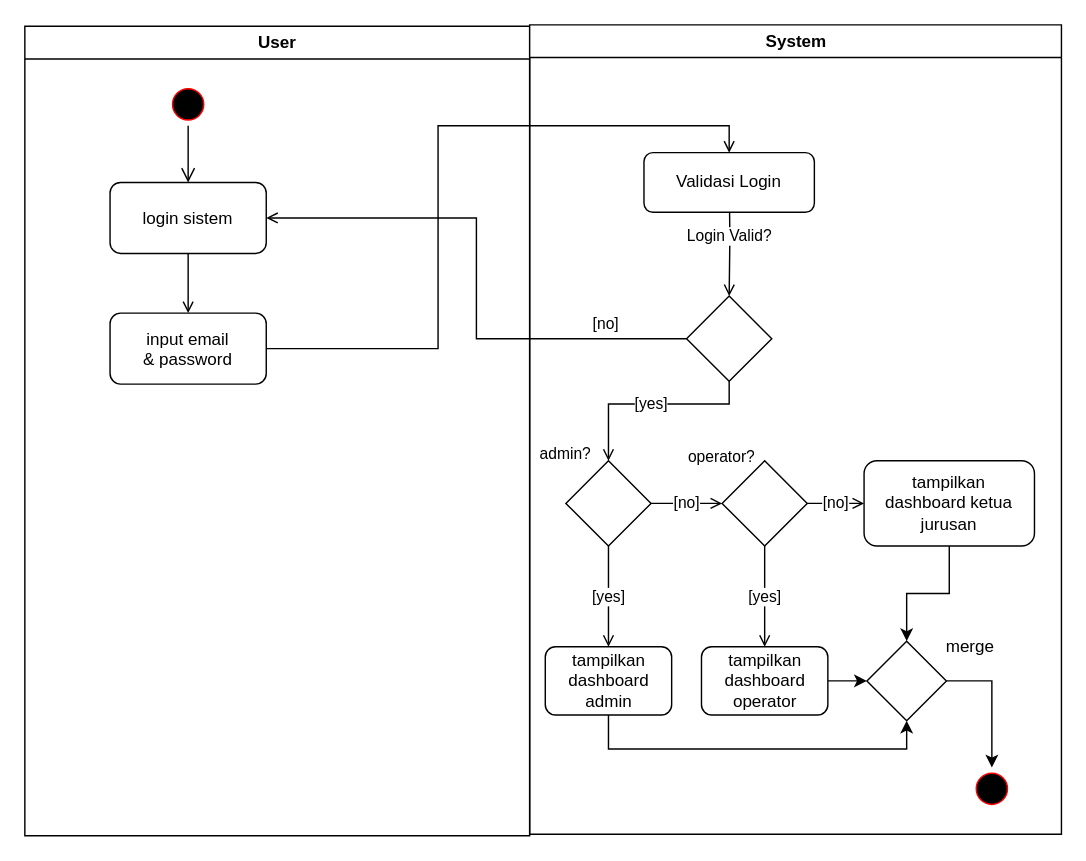
This is page "Login" (2 of 6) of Activity Diagram.drawio from wahyupambudi/skripsi-skom, a draw.io file, before an edit. Source tidied: cells renumbered, new cells numbered last; positions are measured from the earlier drawing's top-left corner, leaving out a move shared by most shapes. Both pictures are drawn from the tidied source at 142%, with x=0, y=0 at pixel (24, 24).
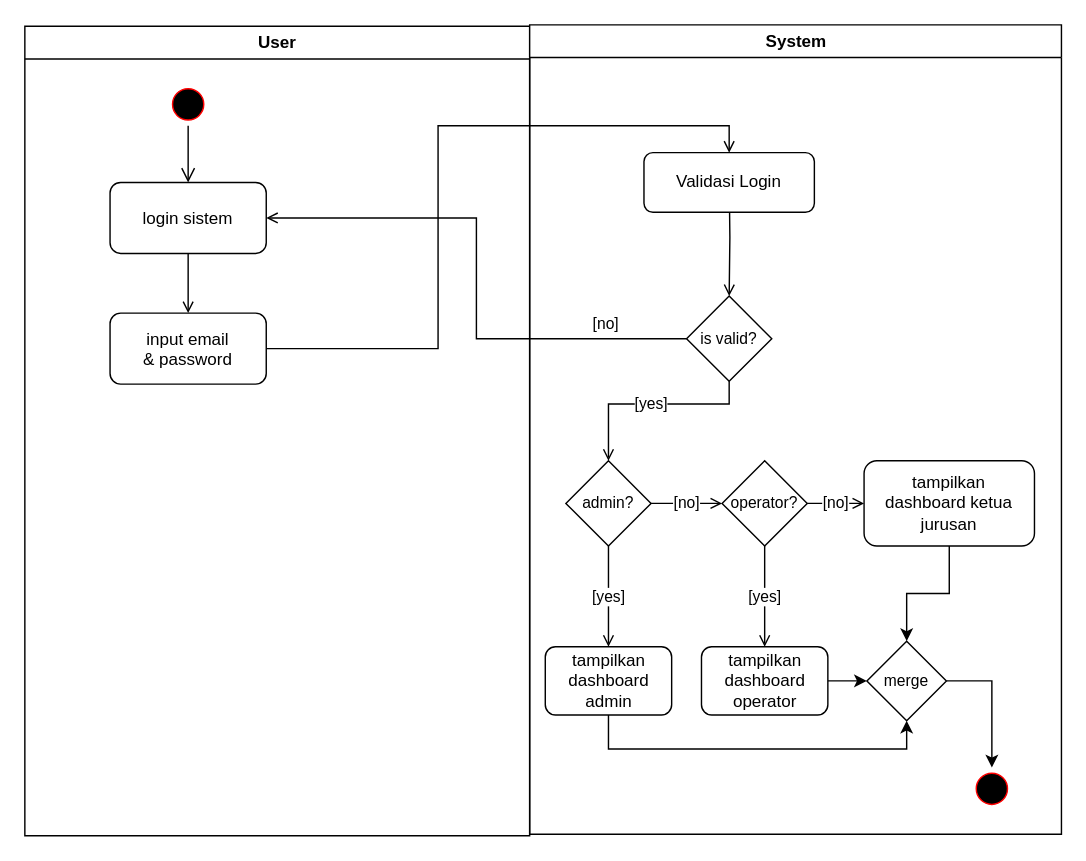
The same page after the edit.

Unchanged cells that the change refers to:
```xml
<mxCell id="9" value="System" style="swimlane;whiteSpace=wrap;" parent="2" vertex="1">
  <mxGeometry x="355.5" width="374.5" height="570" as="geometry" />
</mxCell>
```

Diff of the diagram source:
```diff
@@
-    <mxCell id="11" style="rhombus;whiteSpace=wrap;html=1;fillColor=rgb(255, 255, 255);strokeColor=rgb(0, 0, 0);fontColor=rgb(0, 0, 0);rounded=0;" parent="9" vertex="1">
+    <mxCell id="11" value="&lt;font style=&quot;font-size: 11px;&quot;&gt;is valid?&lt;br&gt;&lt;/font&gt;" style="rhombus;whiteSpace=wrap;html=1;fillColor=rgb(255, 255, 255);strokeColor=rgb(0, 0, 0);fontColor=rgb(0, 0, 0);rounded=0;" parent="9" vertex="1">
       <mxGeometry x="110.5" y="191" width="60" height="60" as="geometry" />
     </mxCell>
-    <mxCell id="12" value="&lt;font style=&quot;font-size: 11px;&quot;&gt;Login Valid?&lt;/font&gt;" style="edgeStyle=orthogonalEdgeStyle;rounded=0;jettySize=auto;html=1;endArrow=open;endFill=0;" parent="9" edge="1" target="11">
+    <mxCell id="12" style="edgeStyle=orthogonalEdgeStyle;rounded=0;jettySize=auto;html=1;endArrow=open;endFill=0;" parent="9" edge="1" target="11">
       <mxGeometry relative="1" as="geometry">
         <mxPoint x="140.5" y="107" as="sourcePoint" />
       </mxGeometry>
     </mxCell>
@@
-    <mxCell id="16" style="rhombus;whiteSpace=wrap;html=1;fillColor=rgb(255, 255, 255);strokeColor=rgb(0, 0, 0);fontColor=rgb(0, 0, 0);rounded=0;" parent="9" vertex="1">
+    <mxCell id="16" value="&lt;font style=&quot;font-size: 11px;&quot;&gt;admin?&lt;/font&gt;" style="rhombus;whiteSpace=wrap;html=1;fillColor=rgb(255, 255, 255);strokeColor=rgb(0, 0, 0);fontColor=rgb(0, 0, 0);rounded=0;" parent="9" vertex="1">
       <mxGeometry x="25.5" y="307" width="60" height="60" as="geometry" />
     </mxCell>
-    <mxCell id="17" value="&lt;font style=&quot;font-size: 11px;&quot;&gt;admin?&lt;/font&gt;" style="text;html=1;strokeColor=none;fillColor=none;align=center;verticalAlign=middle;whiteSpace=wrap;rounded=0;" parent="9" vertex="1">
-      <mxGeometry x="-4.5" y="287" width="60" height="30" as="geometry" />
-    </mxCell>
@@
-    <mxCell id="20" style="rhombus;whiteSpace=wrap;html=1;fillColor=rgb(255, 255, 255);strokeColor=rgb(0, 0, 0);fontColor=rgb(0, 0, 0);rounded=0;" parent="9" vertex="1">
+    <mxCell id="20" value="&lt;font style=&quot;font-size: 11px;&quot;&gt;operator?&lt;/font&gt;" style="rhombus;whiteSpace=wrap;html=1;fillColor=rgb(255, 255, 255);strokeColor=rgb(0, 0, 0);fontColor=rgb(0, 0, 0);rounded=0;" parent="9" vertex="1">
       <mxGeometry x="135.5" y="307" width="60" height="60" as="geometry" />
     </mxCell>
-    <mxCell id="21" value="&lt;font style=&quot;font-size: 11px;&quot;&gt;operator?&lt;/font&gt;" style="text;html=1;strokeColor=none;fillColor=none;align=center;verticalAlign=middle;whiteSpace=wrap;rounded=0;" parent="9" vertex="1">
-      <mxGeometry x="105.5" y="289" width="60" height="30" as="geometry" />
-    </mxCell>
@@
-    <mxCell id="30" style="rhombus;whiteSpace=wrap;html=1;fillColor=rgb(255, 255, 255);strokeColor=rgb(0, 0, 0);fontColor=rgb(0, 0, 0);rounded=0;" parent="9" vertex="1">
+    <mxCell id="30" value="&lt;font style=&quot;font-size: 11px;&quot;&gt;merge&lt;/font&gt;" style="rhombus;whiteSpace=wrap;html=1;fillColor=rgb(255, 255, 255);strokeColor=rgb(0, 0, 0);fontColor=rgb(0, 0, 0);rounded=0;" parent="9" vertex="1">
       <mxGeometry x="237.5" y="434" width="56" height="56" as="geometry" />
     </mxCell>
-    <mxCell id="31" value="merge" style="text;html=1;strokeColor=none;fillColor=none;align=center;verticalAlign=middle;whiteSpace=wrap;rounded=0;" parent="9" vertex="1">
-      <mxGeometry x="280.5" y="423" width="60" height="30" as="geometry" />
-    </mxCell>
```
